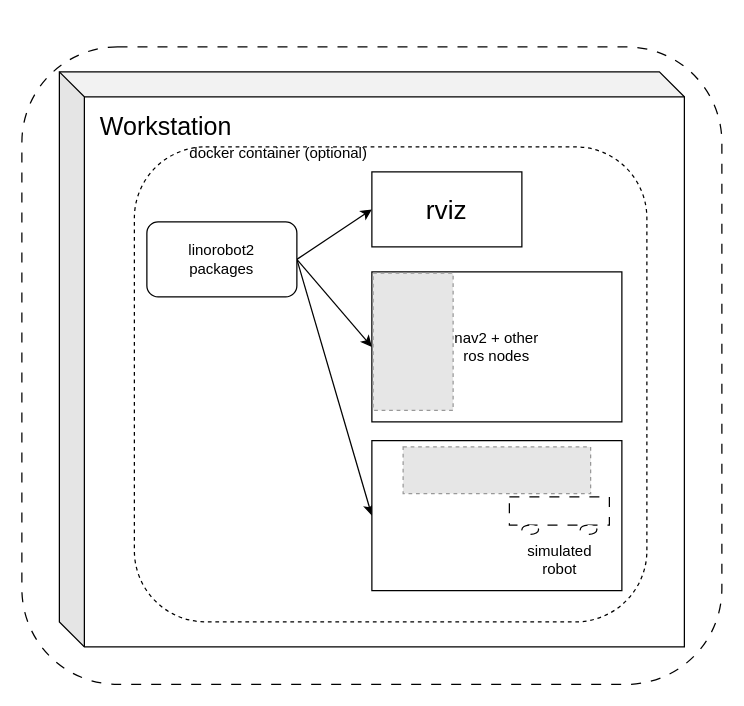
Before: assets/simulation_config.drawio in PaulBouchier/linorobot2, a draw.io diagram. Source tidied: cells renumbered, new cells numbered last; positions are measured from the earlier drawing's top-left corner, leaving out a move shared by most shapes. Both pictures are drawn from the tidied source at 125%, with x=0, y=0 at pixel (21, 46). Pictures stored in the file or linked from it are replaced by grey dashed boxes.
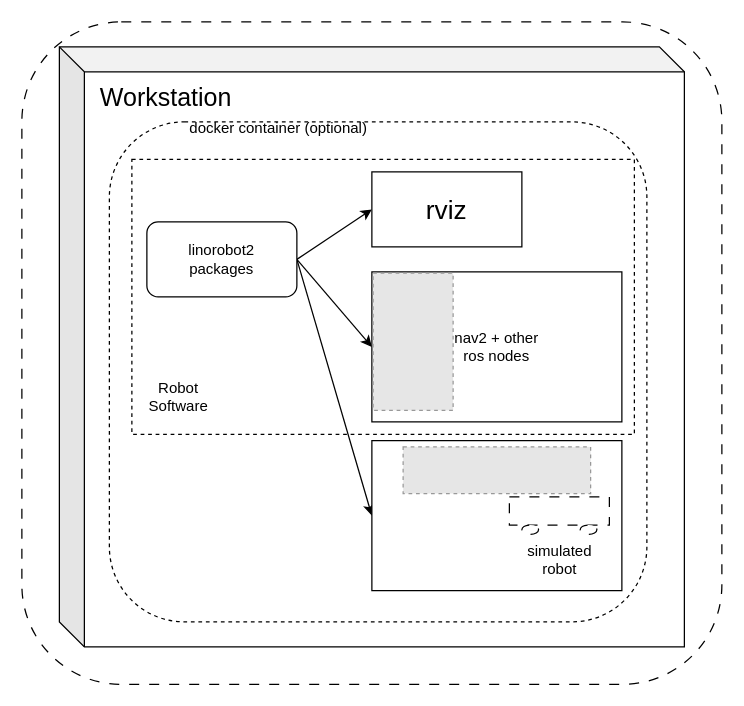
The same page after the edit.

The edit, as a diff of the source:
```diff
@@
     <mxCell id="2" style="rounded=1;whiteSpace=wrap;html=1;fillColor=none;dashed=1;dashPattern=8 8;" parent="1" vertex="1">
-      <mxGeometry width="560" height="510" as="geometry" />
+      <mxGeometry y="-20" width="560" height="530" as="geometry" />
     </mxCell>
     <mxCell id="3" style="shape=cube;whiteSpace=wrap;html=1;boundedLbl=1;backgroundOutline=1;darkOpacity=0.05;darkOpacity2=0.1;" parent="1" vertex="1">
-      <mxGeometry x="30" y="20" width="500" height="460" as="geometry" />
+      <mxGeometry x="30" width="500" height="480" as="geometry" />
     </mxCell>
@@
     <mxCell id="9" value="&lt;font style=&quot;font-size: 20px;&quot;&gt;Workstation&lt;/font&gt;" style="text;html=1;align=center;verticalAlign=middle;strokeColor=none;fillColor=none;" parent="1" vertex="1">
-      <mxGeometry x="50" y="42.5" width="130" height="40" as="geometry" />
+      <mxGeometry x="50" y="20" width="130" height="40" as="geometry" />
     </mxCell>
     <mxCell id="10" style="group;" parent="1" vertex="1">
-      <mxGeometry x="280" y="180" width="220" height="280" as="geometry" />
+      <mxGeometry x="280" y="180" width="258" height="280" as="geometry" />
     </mxCell>
@@
     <mxCell id="13" style="rounded=1;whiteSpace=wrap;html=1;fillColor=none;dashed=1;" parent="10" vertex="1">
-      <mxGeometry x="-190" y="-100" width="410" height="380" as="geometry" />
+      <mxGeometry x="-210" y="-120" width="430" height="400" as="geometry" />
     </mxCell>
-    <mxCell id="14" value="docker container (optional)" style="text;html=1;align=center;verticalAlign=middle;strokeColor=none;fillColor=none;" parent="10" vertex="1">
-      <mxGeometry x="-160" y="-110" width="170" height="30" as="geometry" />
-    </mxCell>
+    <mxCell id="19" style="rounded=0;whiteSpace=wrap;html=1;dashed=1;fillColor=none;" parent="10" vertex="1">
+      <mxGeometry x="-192" y="-90" width="402" height="220" as="geometry" />
+    </mxCell>
+    <mxCell id="20" value="Robot&lt;div&gt;Software&lt;/div&gt;" style="text;html=1;align=center;verticalAlign=middle;strokeColor=none;fillColor=none;" parent="10" vertex="1">
+      <mxGeometry x="-190" y="80" width="70" height="40" as="geometry" />
+    </mxCell>
@@
+    <mxCell id="14" value="docker container (optional)" style="text;html=1;align=center;verticalAlign=middle;strokeColor=none;fillColor=none;" parent="1" vertex="1">
+      <mxGeometry x="120" y="50" width="170" height="30" as="geometry" />
+    </mxCell>
```
